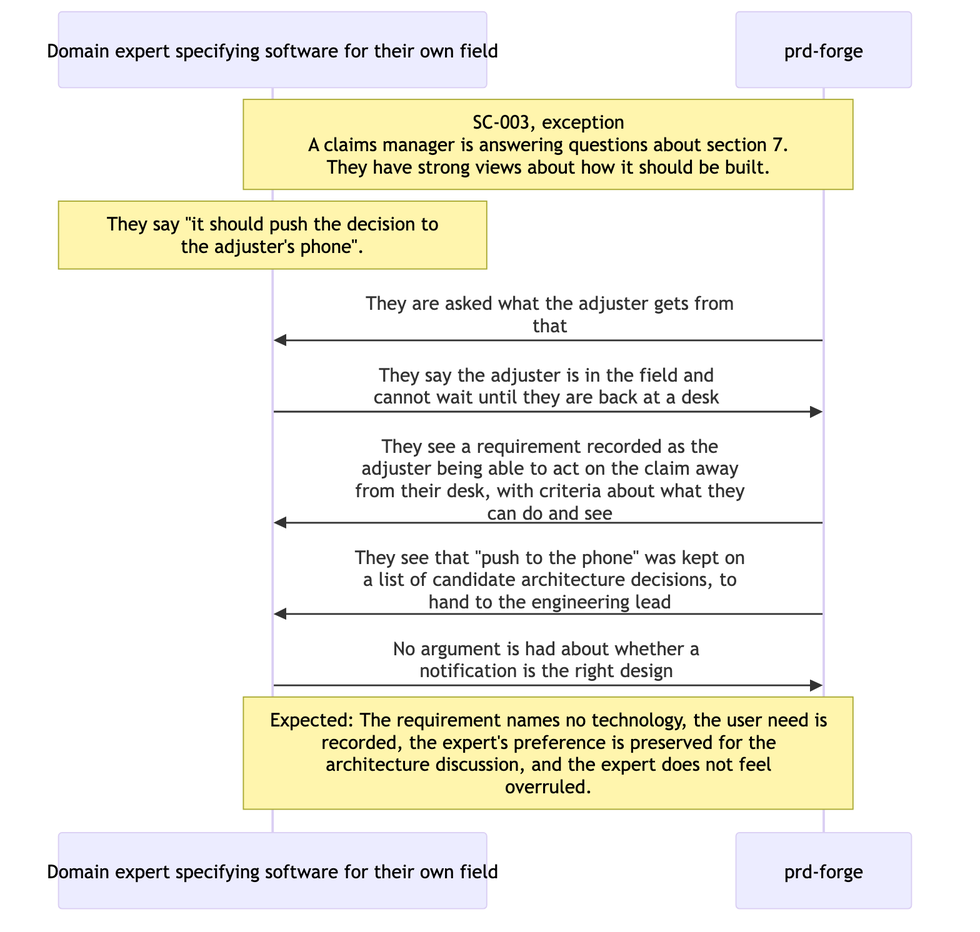
Before: docs/prd/prd-forge/diagrams/SC-003.png, a diagram exported from Mermaid (SpillwaveSolutions/prd-forge). Its source is kept beside it as docs/prd/prd-forge/diagrams/SC-003.mmd.
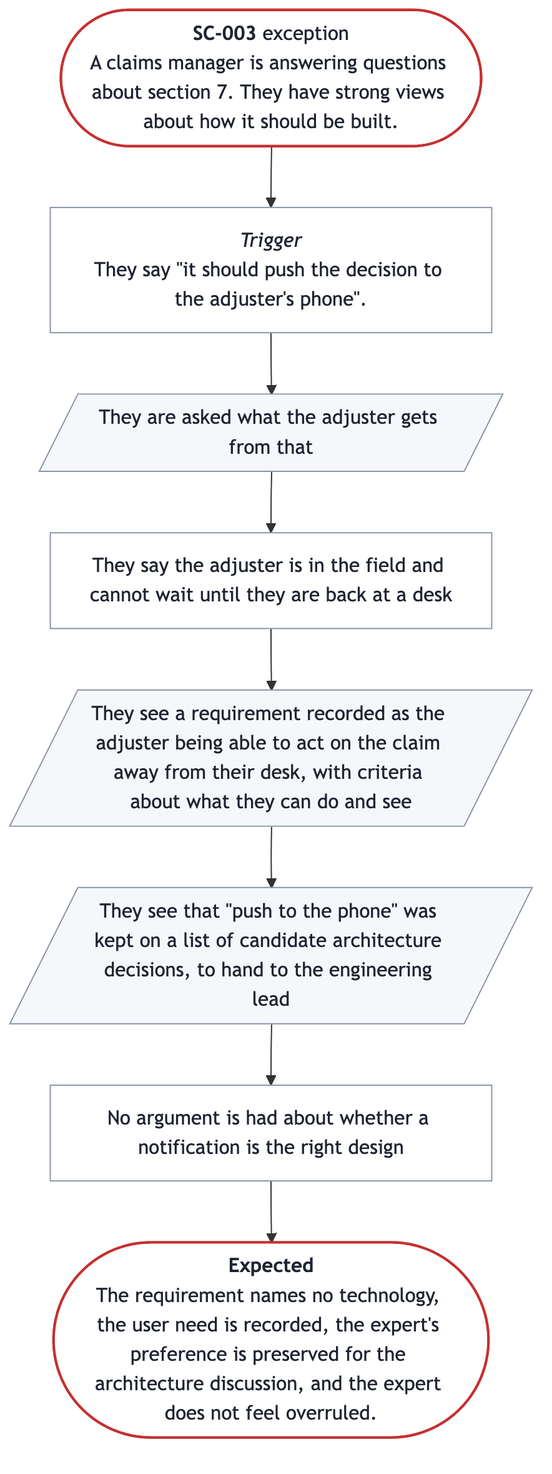
After the commit.

The edit, as a diff of the source:
```diff
@@ -1,11 +1,21 @@
-sequenceDiagram
-  participant P as Domain expert specifying software for their own field
-  participant S as prd-forge
-  Note over P,S: SC-003, exception<br/>A claims manager is answering questions about section 7.<br/>They have strong views about how it should be built.
-  Note over P: They say #quot;it should push the decision to<br/>the adjuster's phone#quot;.
-  S->>P: They are asked what the adjuster gets from<br/>that
-  P->>S: They say the adjuster is in the field and<br/>cannot wait until they are back at a desk
-  S->>P: They see a requirement recorded as the<br/>adjuster being able to act on the claim away<br/>from their desk, with criteria about what they<br/>can do and see
-  S->>P: They see that #quot;push to the phone#quot; was kept on<br/>a list of candidate architecture decisions, to<br/>hand to the engineering lead
-  P->>S: No argument is had about whether a<br/>notification is the right design
-  Note over P,S: Expected: The requirement names no technology, the user need is<br/>recorded, the expert's preference is preserved for the<br/>architecture discussion, and the expert does not feel<br/>overruled.
+%%{init: {"flowchart": {"wrappingWidth": 300}}}%%
+flowchart TB
+  start(["<b>SC-003</b> exception<br/>A claims manager is answering questions about section 7. They have strong views about how it should be built."])
+  trigger["<i>Trigger</i><br/>They say #quot;it should push the decision to the adjuster's phone#quot;."]
+  s0[/"They are asked what the adjuster gets from that"/]
+  s1["They say the adjuster is in the field and cannot wait until they are back at a desk"]
+  s2[/"They see a requirement recorded as the adjuster being able to act on the claim away from their desk, with criteria about what they can do and see"/]
+  s3[/"They see that #quot;push to the phone#quot; was kept on a list of candidate architecture decisions, to hand to the engineering lead"/]
+  s4["No argument is had about whether a notification is the right design"]
+  done(["<b>Expected</b><br/>The requirement names no technology, the user need is recorded, the expert's preference is preserved for the architecture discussion, and the expert does not feel overruled."])
+  start --> trigger --> s0 --> s1 --> s2 --> s3 --> s4 --> done
+  classDef ends fill:#FFFFFF,stroke:#C53030,stroke-width:2px,color:#1F2430
+  classDef sees fill:#F5F7FA,stroke:#8A94A6,color:#1F2430
+  classDef does fill:#FFFFFF,stroke:#8A94A6,color:#1F2430
+  class start,done ends
+  class s0 sees
+  class s1 does
+  class s2 sees
+  class s3 sees
+  class s4 does
+  class trigger does
```
